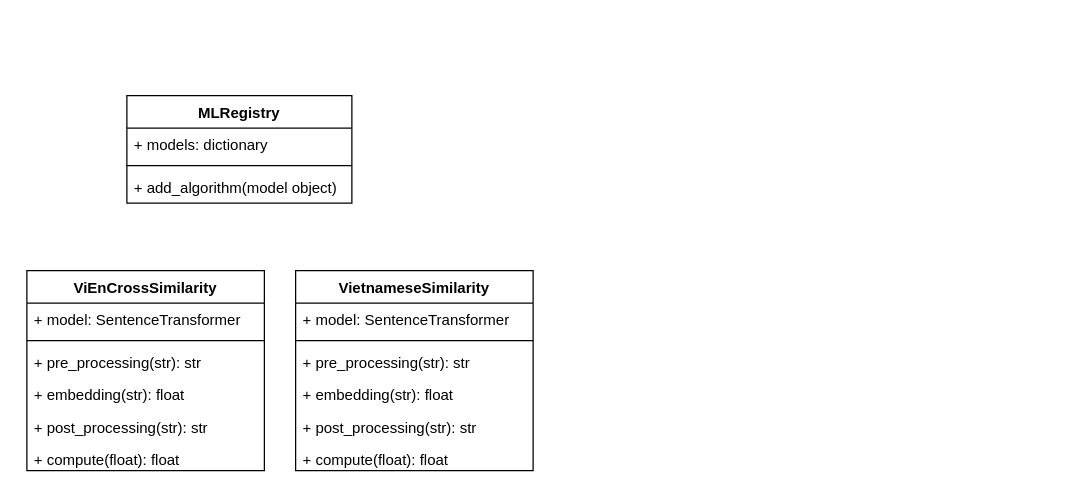
The draw.io diagram Untitled Diagram.drawio in npsang/django-ml-server, before the edit. Source tidied: cells renumbered, new cells numbered last; positions are measured from the earlier drawing's top-left corner, leaving out a move shared by most shapes. Both pictures are drawn from the tidied source at 125%, with x=0, y=0 at pixel (26, 95).
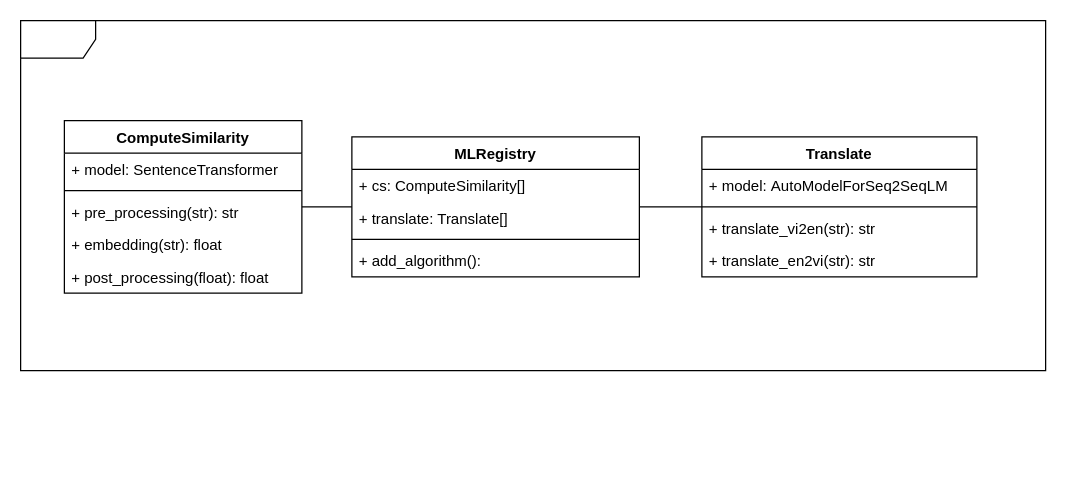
Above is the later version.

Change to the diagram source:
```diff
@@
     <mxCell id="2" value="MLRegistry" style="swimlane;fontStyle=1;align=center;verticalAlign=top;horizontal=1;startSize=26;" parent="1" vertex="1">
-      <mxGeometry x="80" width="180" height="86" as="geometry" />
+      <mxGeometry x="260" y="33" width="230" height="112" as="geometry" />
     </mxCell>
-    <mxCell id="3" value="+ models: dictionary" style="text;strokeColor=none;fillColor=none;align=left;verticalAlign=top;spacingLeft=4;spacingRight=4;overflow=hidden;" parent="2" vertex="1">
-      <mxGeometry y="26" width="180" height="26" as="geometry" />
+    <mxCell id="3" value="+ cs: ComputeSimilarity[]" style="text;strokeColor=none;fillColor=none;align=left;verticalAlign=top;spacingLeft=4;spacingRight=4;overflow=hidden;" parent="2" vertex="1">
+      <mxGeometry y="26" width="230" height="26" as="geometry" />
     </mxCell>
+    <mxCell id="20" value="+ translate: Translate[]" style="text;strokeColor=none;fillColor=none;align=left;verticalAlign=top;spacingLeft=4;spacingRight=4;overflow=hidden;" parent="2" vertex="1">
+      <mxGeometry y="52" width="230" height="26" as="geometry" />
+    </mxCell>
     <mxCell id="4" style="line;strokeWidth=1;fillColor=none;align=left;verticalAlign=middle;spacingTop=-1;spacingLeft=3;spacingRight=3;labelPosition=right;strokeColor=inherit;" parent="2" vertex="1">
-      <mxGeometry y="52" width="180" height="8" as="geometry" />
+      <mxGeometry y="78" width="230" height="8" as="geometry" />
     </mxCell>
-    <mxCell id="5" value="+ add_algorithm(model object)" style="text;strokeColor=none;fillColor=none;align=left;verticalAlign=top;spacingLeft=4;spacingRight=4;overflow=hidden;" parent="2" vertex="1">
-      <mxGeometry y="60" width="180" height="26" as="geometry" />
+    <mxCell id="5" value="+ add_algorithm():" style="text;strokeColor=none;fillColor=none;align=left;verticalAlign=top;spacingLeft=4;spacingRight=4;overflow=hidden;" parent="2" vertex="1">
+      <mxGeometry y="86" width="230" height="26" as="geometry" />
     </mxCell>
-    <mxCell id="6" value="ViEnCrossSimilarity" style="swimlane;fontStyle=1;align=center;verticalAlign=top;horizontal=1;startSize=26;" parent="1" vertex="1">
-      <mxGeometry y="140" width="190" height="160" as="geometry" />
+    <mxCell id="6" value="ComputeSimilarity" style="swimlane;fontStyle=1;align=center;verticalAlign=top;horizontal=1;startSize=26;" parent="1" vertex="1">
+      <mxGeometry x="30" y="20" width="190" height="138" as="geometry" />
     </mxCell>
@@
-    <mxCell id="11" value="+ post_processing(str): str" style="text;strokeColor=none;fillColor=none;align=left;verticalAlign=top;spacingLeft=4;spacingRight=4;overflow=hidden;" parent="6" vertex="1">
+    <mxCell id="11" value="+ post_processing(float): float" style="text;strokeColor=none;fillColor=none;align=left;verticalAlign=top;spacingLeft=4;spacingRight=4;overflow=hidden;" parent="6" vertex="1">
       <mxGeometry y="112" width="190" height="26" as="geometry" />
     </mxCell>
-    <mxCell id="12" value="+ compute(float): float" style="text;strokeColor=none;fillColor=none;align=left;verticalAlign=top;spacingLeft=4;spacingRight=4;overflow=hidden;" parent="6" vertex="1">
-      <mxGeometry y="138" width="190" height="22" as="geometry" />
-    </mxCell>
-    <mxCell id="13" value="VietnameseSimilarity" style="swimlane;fontStyle=1;align=center;verticalAlign=top;horizontal=1;startSize=26;" parent="1" vertex="1">
-      <mxGeometry x="215" y="140" width="190" height="160" as="geometry" />
-    </mxCell>
-    <mxCell id="14" value="+ model: SentenceTransformer" style="text;strokeColor=none;fillColor=none;align=left;verticalAlign=top;spacingLeft=4;spacingRight=4;overflow=hidden;" parent="13" vertex="1">
-      <mxGeometry y="26" width="190" height="26" as="geometry" />
-    </mxCell>
-    <mxCell id="15" style="line;strokeWidth=1;fillColor=none;align=left;verticalAlign=middle;spacingTop=-1;spacingLeft=3;spacingRight=3;labelPosition=right;strokeColor=inherit;" parent="13" vertex="1">
-      <mxGeometry y="52" width="190" height="8" as="geometry" />
-    </mxCell>
-    <mxCell id="16" value="+ pre_processing(str): str" style="text;strokeColor=none;fillColor=none;align=left;verticalAlign=top;spacingLeft=4;spacingRight=4;overflow=hidden;" parent="13" vertex="1">
-      <mxGeometry y="60" width="190" height="26" as="geometry" />
-    </mxCell>
-    <mxCell id="17" value="+ embedding(str): float&#10;" style="text;strokeColor=none;fillColor=none;align=left;verticalAlign=top;spacingLeft=4;spacingRight=4;overflow=hidden;" parent="13" vertex="1">
-      <mxGeometry y="86" width="190" height="26" as="geometry" />
-    </mxCell>
-    <mxCell id="18" value="+ post_processing(str): str" style="text;strokeColor=none;fillColor=none;align=left;verticalAlign=top;spacingLeft=4;spacingRight=4;overflow=hidden;" parent="13" vertex="1">
-      <mxGeometry y="112" width="190" height="26" as="geometry" />
-    </mxCell>
-    <mxCell id="19" value="+ compute(float): float" style="text;strokeColor=none;fillColor=none;align=left;verticalAlign=top;spacingLeft=4;spacingRight=4;overflow=hidden;" parent="13" vertex="1">
-      <mxGeometry y="138" width="190" height="22" as="geometry" />
-    </mxCell>
+    <mxCell id="21" style="shape=umlFrame;whiteSpace=wrap;html=1;" parent="1" vertex="1">
+      <mxGeometry x="-5" y="-60" width="820" height="280" as="geometry" />
+    </mxCell>
+    <mxCell id="22" style="endArrow=none;html=1;edgeStyle=orthogonalEdgeStyle;rounded=0;" parent="1" edge="1" source="6" target="2">
+      <mxGeometry relative="1" as="geometry" />
+    </mxCell>
+    <mxCell id="23" value="Translate" style="swimlane;fontStyle=1;align=center;verticalAlign=top;horizontal=1;startSize=26;" parent="1" vertex="1">
+      <mxGeometry x="540" y="33" width="220" height="112" as="geometry" />
+    </mxCell>
+    <mxCell id="24" value="+ model: AutoModelForSeq2SeqLM" style="text;strokeColor=none;fillColor=none;align=left;verticalAlign=top;spacingLeft=4;spacingRight=4;overflow=hidden;" parent="23" vertex="1">
+      <mxGeometry y="26" width="220" height="26" as="geometry" />
+    </mxCell>
+    <mxCell id="25" style="line;strokeWidth=1;fillColor=none;align=left;verticalAlign=middle;spacingTop=-1;spacingLeft=3;spacingRight=3;labelPosition=right;strokeColor=inherit;" parent="23" vertex="1">
+      <mxGeometry y="52" width="220" height="8" as="geometry" />
+    </mxCell>
+    <mxCell id="26" value="+ translate_vi2en(str): str" style="text;strokeColor=none;fillColor=none;align=left;verticalAlign=top;spacingLeft=4;spacingRight=4;overflow=hidden;" parent="23" vertex="1">
+      <mxGeometry y="60" width="220" height="26" as="geometry" />
+    </mxCell>
+    <mxCell id="27" value="+ translate_en2vi(str): str" style="text;strokeColor=none;fillColor=none;align=left;verticalAlign=top;spacingLeft=4;spacingRight=4;overflow=hidden;" parent="23" vertex="1">
+      <mxGeometry y="86" width="220" height="26" as="geometry" />
+    </mxCell>
+    <mxCell id="28" style="endArrow=none;html=1;edgeStyle=orthogonalEdgeStyle;rounded=0;" parent="1" edge="1" source="23" target="2">
+      <mxGeometry relative="1" as="geometry" />
+    </mxCell>
```
